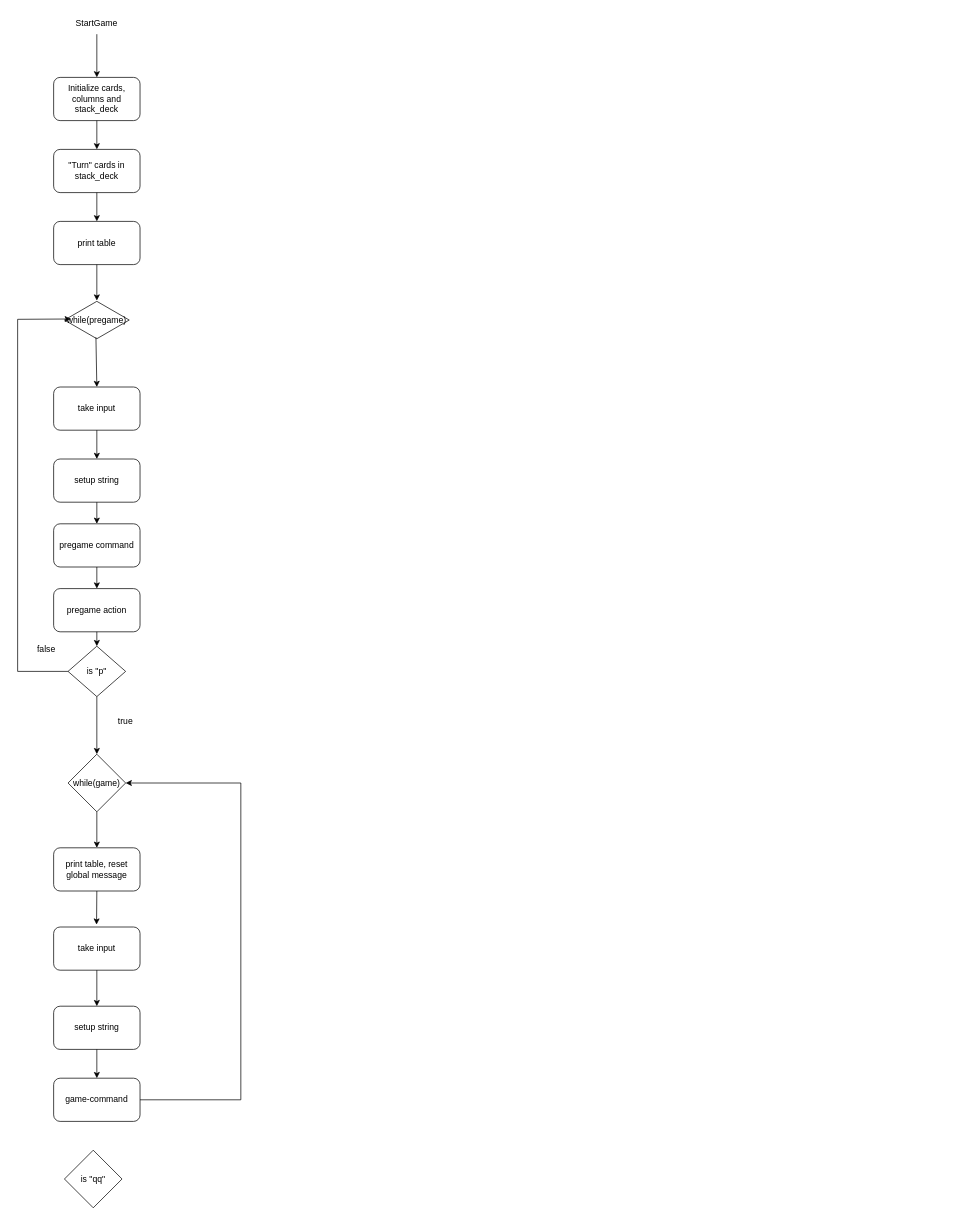
This is layout.drawio from mklindtner/ccardgame, a draw.io file, before an edit. Source tidied: cells renumbered, new cells numbered last; positions are measured from the earlier drawing's top-left corner, leaving out a move shared by most shapes. Both pictures are drawn from the tidied source at 72%, with x=0, y=0 at pixel (17, 12).
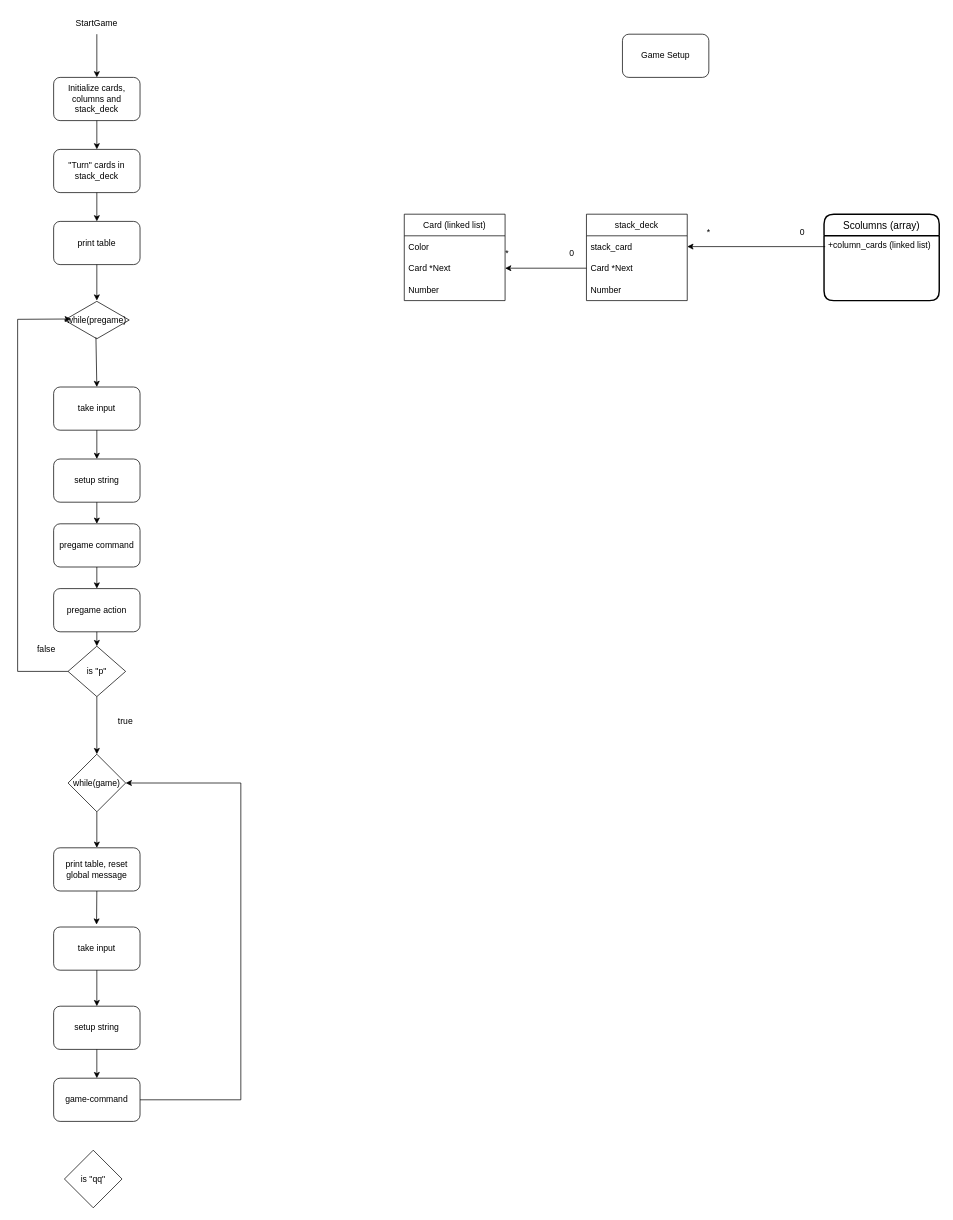
The same diagram, later.

What changed in the source:
```diff
@@
+    <mxCell id="36" value="Game Setup" style="rounded=1;whiteSpace=wrap;html=1;" parent="1" vertex="1">
+      <mxGeometry x="840" y="30" width="120" height="60" as="geometry" />
+    </mxCell>
+    <mxCell id="37" value="Card (linked list)" style="swimlane;fontStyle=0;horizontal=1;startSize=30;" parent="1" vertex="1">
+      <mxGeometry x="537" y="280" width="140" height="120" as="geometry" />
+    </mxCell>
+    <mxCell id="38" value="Color" style="text;strokeColor=none;fillColor=none;align=left;verticalAlign=middle;spacingLeft=4;spacingRight=4;overflow=hidden;" parent="37" vertex="1">
+      <mxGeometry y="30" width="140" height="30" as="geometry" />
+    </mxCell>
+    <mxCell id="39" value="Card *Next" style="text;strokeColor=none;fillColor=none;align=left;verticalAlign=middle;spacingLeft=4;spacingRight=4;overflow=hidden;points=[[0,0.5],[1,0.5]];portConstraint=eastwest;" parent="37" vertex="1">
+      <mxGeometry y="60" width="140" height="30" as="geometry" />
+    </mxCell>
+    <mxCell id="40" value="Number" style="text;strokeColor=none;fillColor=none;align=left;verticalAlign=middle;spacingLeft=4;spacingRight=4;overflow=hidden;" parent="37" vertex="1">
+      <mxGeometry y="90" width="140" height="30" as="geometry" />
+    </mxCell>
+    <mxCell id="41" value="stack_deck" style="swimlane;fontStyle=0;horizontal=1;startSize=30;" parent="1" vertex="1">
+      <mxGeometry x="790" y="280" width="140" height="120" as="geometry" />
+    </mxCell>
+    <mxCell id="42" value="stack_card" style="text;strokeColor=none;fillColor=none;align=left;verticalAlign=middle;spacingLeft=4;spacingRight=4;overflow=hidden;points=[[0,0.5],[1,0.5]];portConstraint=eastwest;" parent="41" vertex="1">
+      <mxGeometry y="30" width="140" height="30" as="geometry" />
+    </mxCell>
+    <mxCell id="43" value="Card *Next" style="text;strokeColor=none;fillColor=none;align=left;verticalAlign=middle;spacingLeft=4;spacingRight=4;overflow=hidden;points=[[0,0.5],[1,0.5]];portConstraint=eastwest;" parent="41" vertex="1">
+      <mxGeometry y="60" width="140" height="30" as="geometry" />
+    </mxCell>
+    <mxCell id="44" value="Number" style="text;strokeColor=none;fillColor=none;align=left;verticalAlign=middle;spacingLeft=4;spacingRight=4;overflow=hidden;" parent="41" vertex="1">
+      <mxGeometry y="90" width="140" height="30" as="geometry" />
+    </mxCell>
+    <mxCell id="45" value="Scolumns (array)" style="swimlane;horizontal=1;startSize=30;rounded=1;fontSize=14;fontStyle=0;strokeWidth=2;shadow=0;dashed=0;align=center;" parent="1" vertex="1">
+      <mxGeometry x="1120" y="280" width="160" height="120" as="geometry" />
+    </mxCell>
+    <mxCell id="46" value="+column_cards (linked list)" style="align=left;strokeColor=none;fillColor=none;spacingLeft=4;fontSize=12;verticalAlign=top;" parent="45" vertex="1">
+      <mxGeometry y="30" width="160" height="90" as="geometry" />
+    </mxCell>
+    <mxCell id="47" style="endArrow=classic;html=1;rounded=0;exitX=0.01;exitY=0.167;exitDx=0;exitDy=0;exitPerimeter=0;entryX=1;entryY=0.5;entryDx=0;entryDy=0;" parent="1" edge="1" source="46" target="42">
+      <mxGeometry relative="1" as="geometry" />
+    </mxCell>
+    <mxCell id="48" value="*" style="text;html=1;strokeColor=none;fillColor=none;align=center;verticalAlign=middle;whiteSpace=wrap;rounded=0;" parent="1" vertex="1">
+      <mxGeometry x="930" y="290" width="60" height="30" as="geometry" />
+    </mxCell>
+    <mxCell id="49" value="0" style="text;html=1;strokeColor=none;fillColor=none;align=center;verticalAlign=middle;whiteSpace=wrap;rounded=0;" parent="1" vertex="1">
+      <mxGeometry x="1060" y="290" width="60" height="30" as="geometry" />
+    </mxCell>
+    <mxCell id="50" value="*" style="text;html=1;strokeColor=none;fillColor=none;align=center;verticalAlign=middle;whiteSpace=wrap;rounded=0;" parent="1" vertex="1">
+      <mxGeometry x="650" y="320" width="60" height="30" as="geometry" />
+    </mxCell>
+    <mxCell id="51" value="0" style="text;html=1;strokeColor=none;fillColor=none;align=center;verticalAlign=middle;whiteSpace=wrap;rounded=0;" parent="1" vertex="1">
+      <mxGeometry x="740" y="320" width="60" height="30" as="geometry" />
+    </mxCell>
+    <mxCell id="52" style="endArrow=classic;html=1;rounded=0;exitX=0;exitY=0.5;exitDx=0;exitDy=0;" parent="1" edge="1" source="43" target="39">
+      <mxGeometry relative="1" as="geometry" />
+    </mxCell>
```
